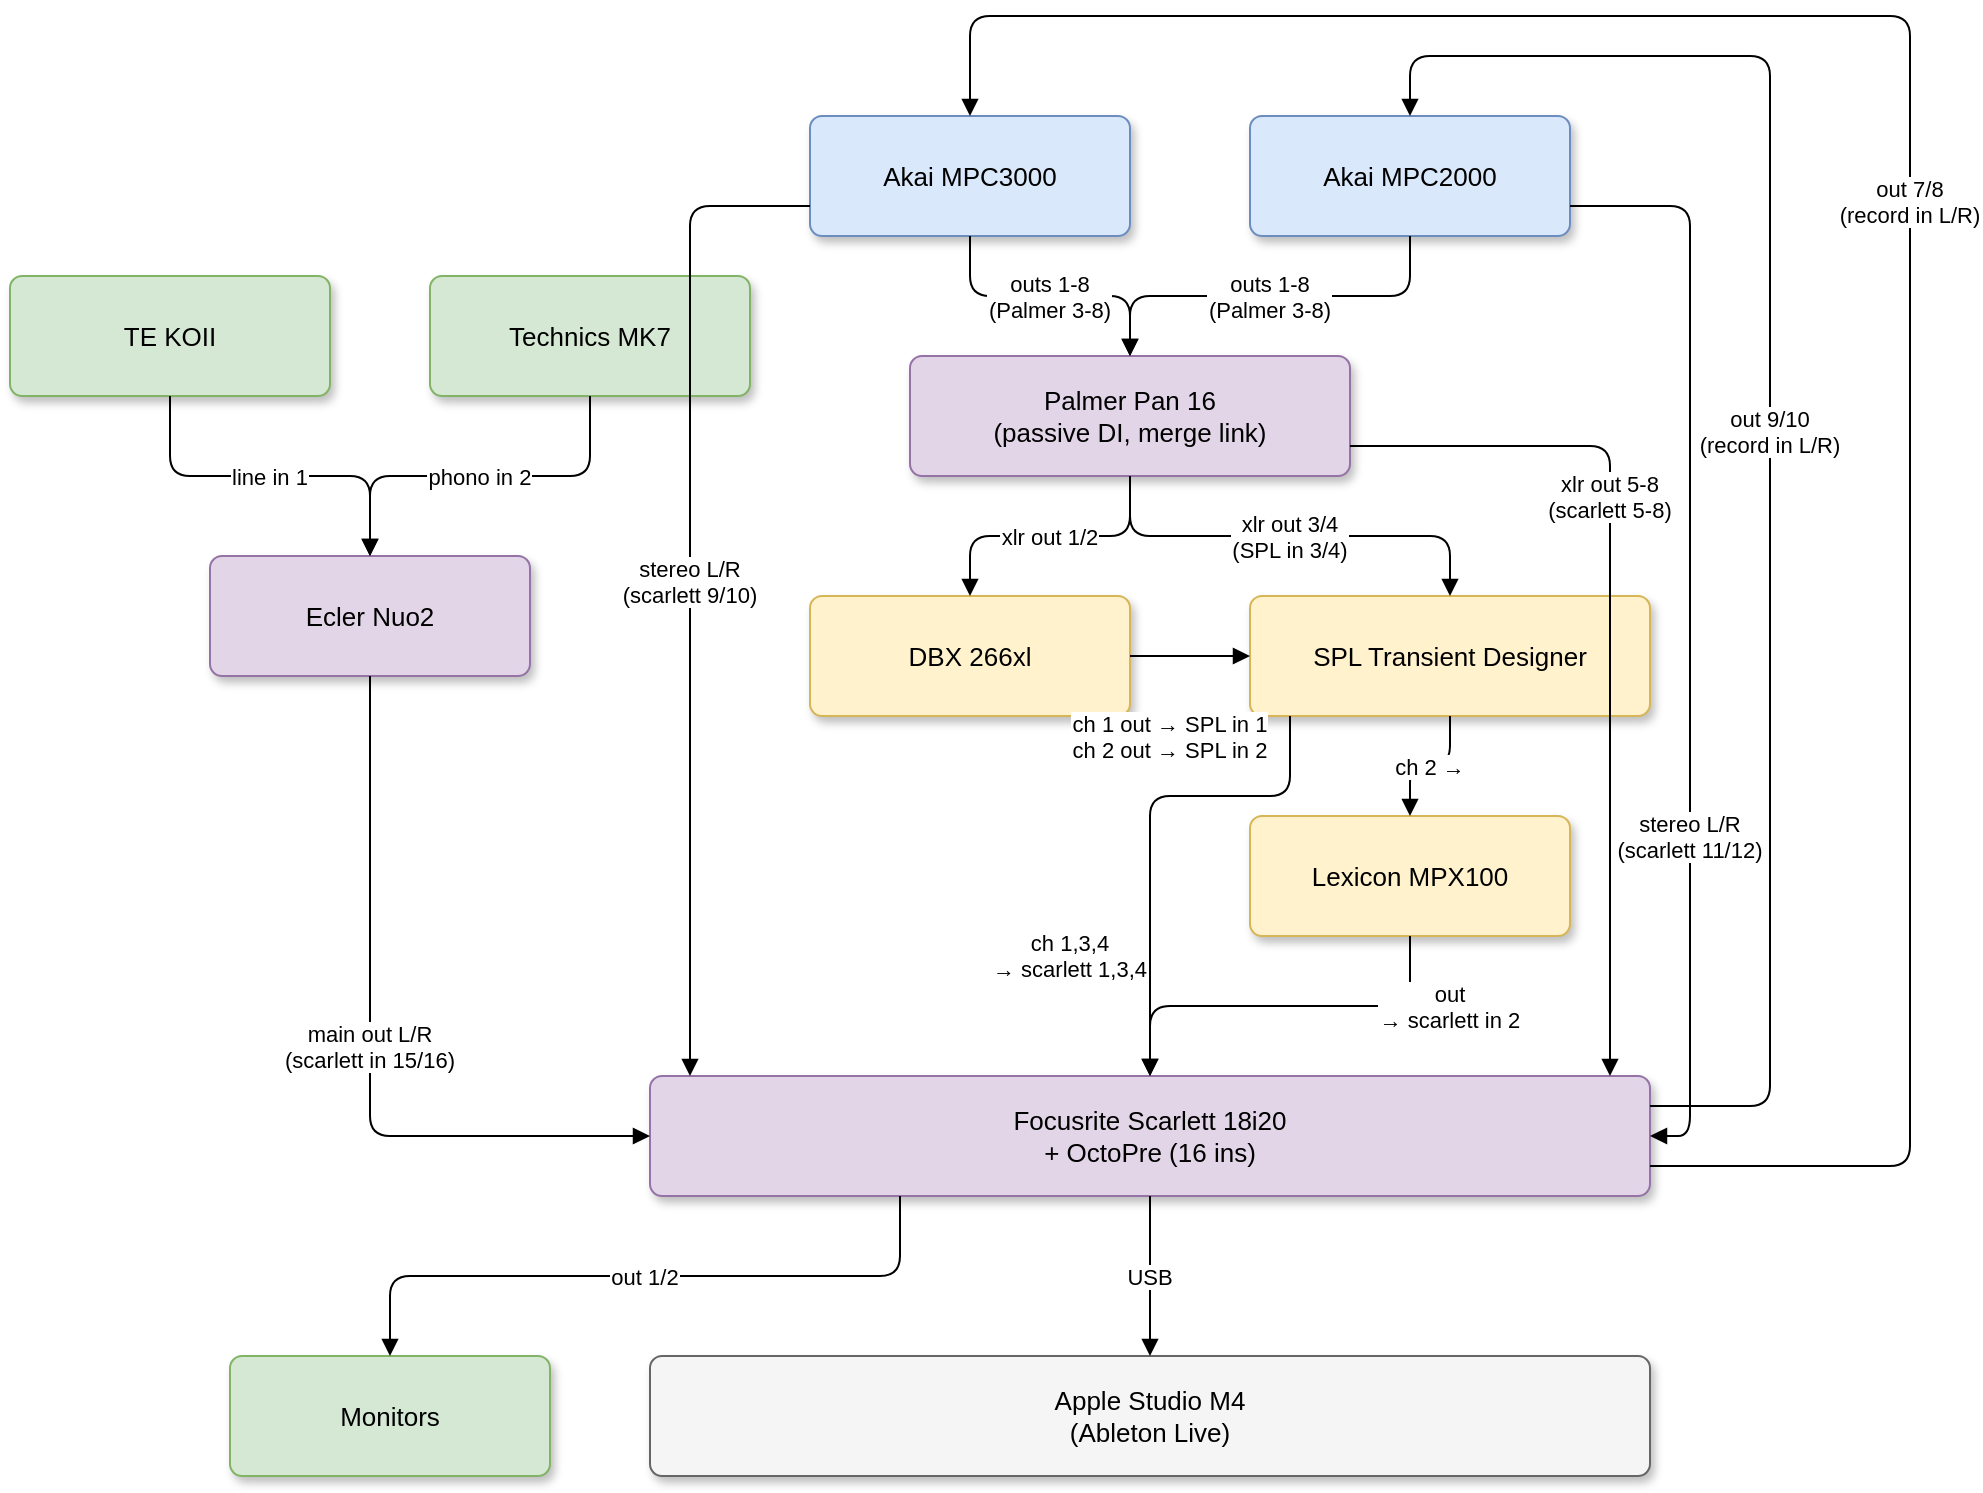
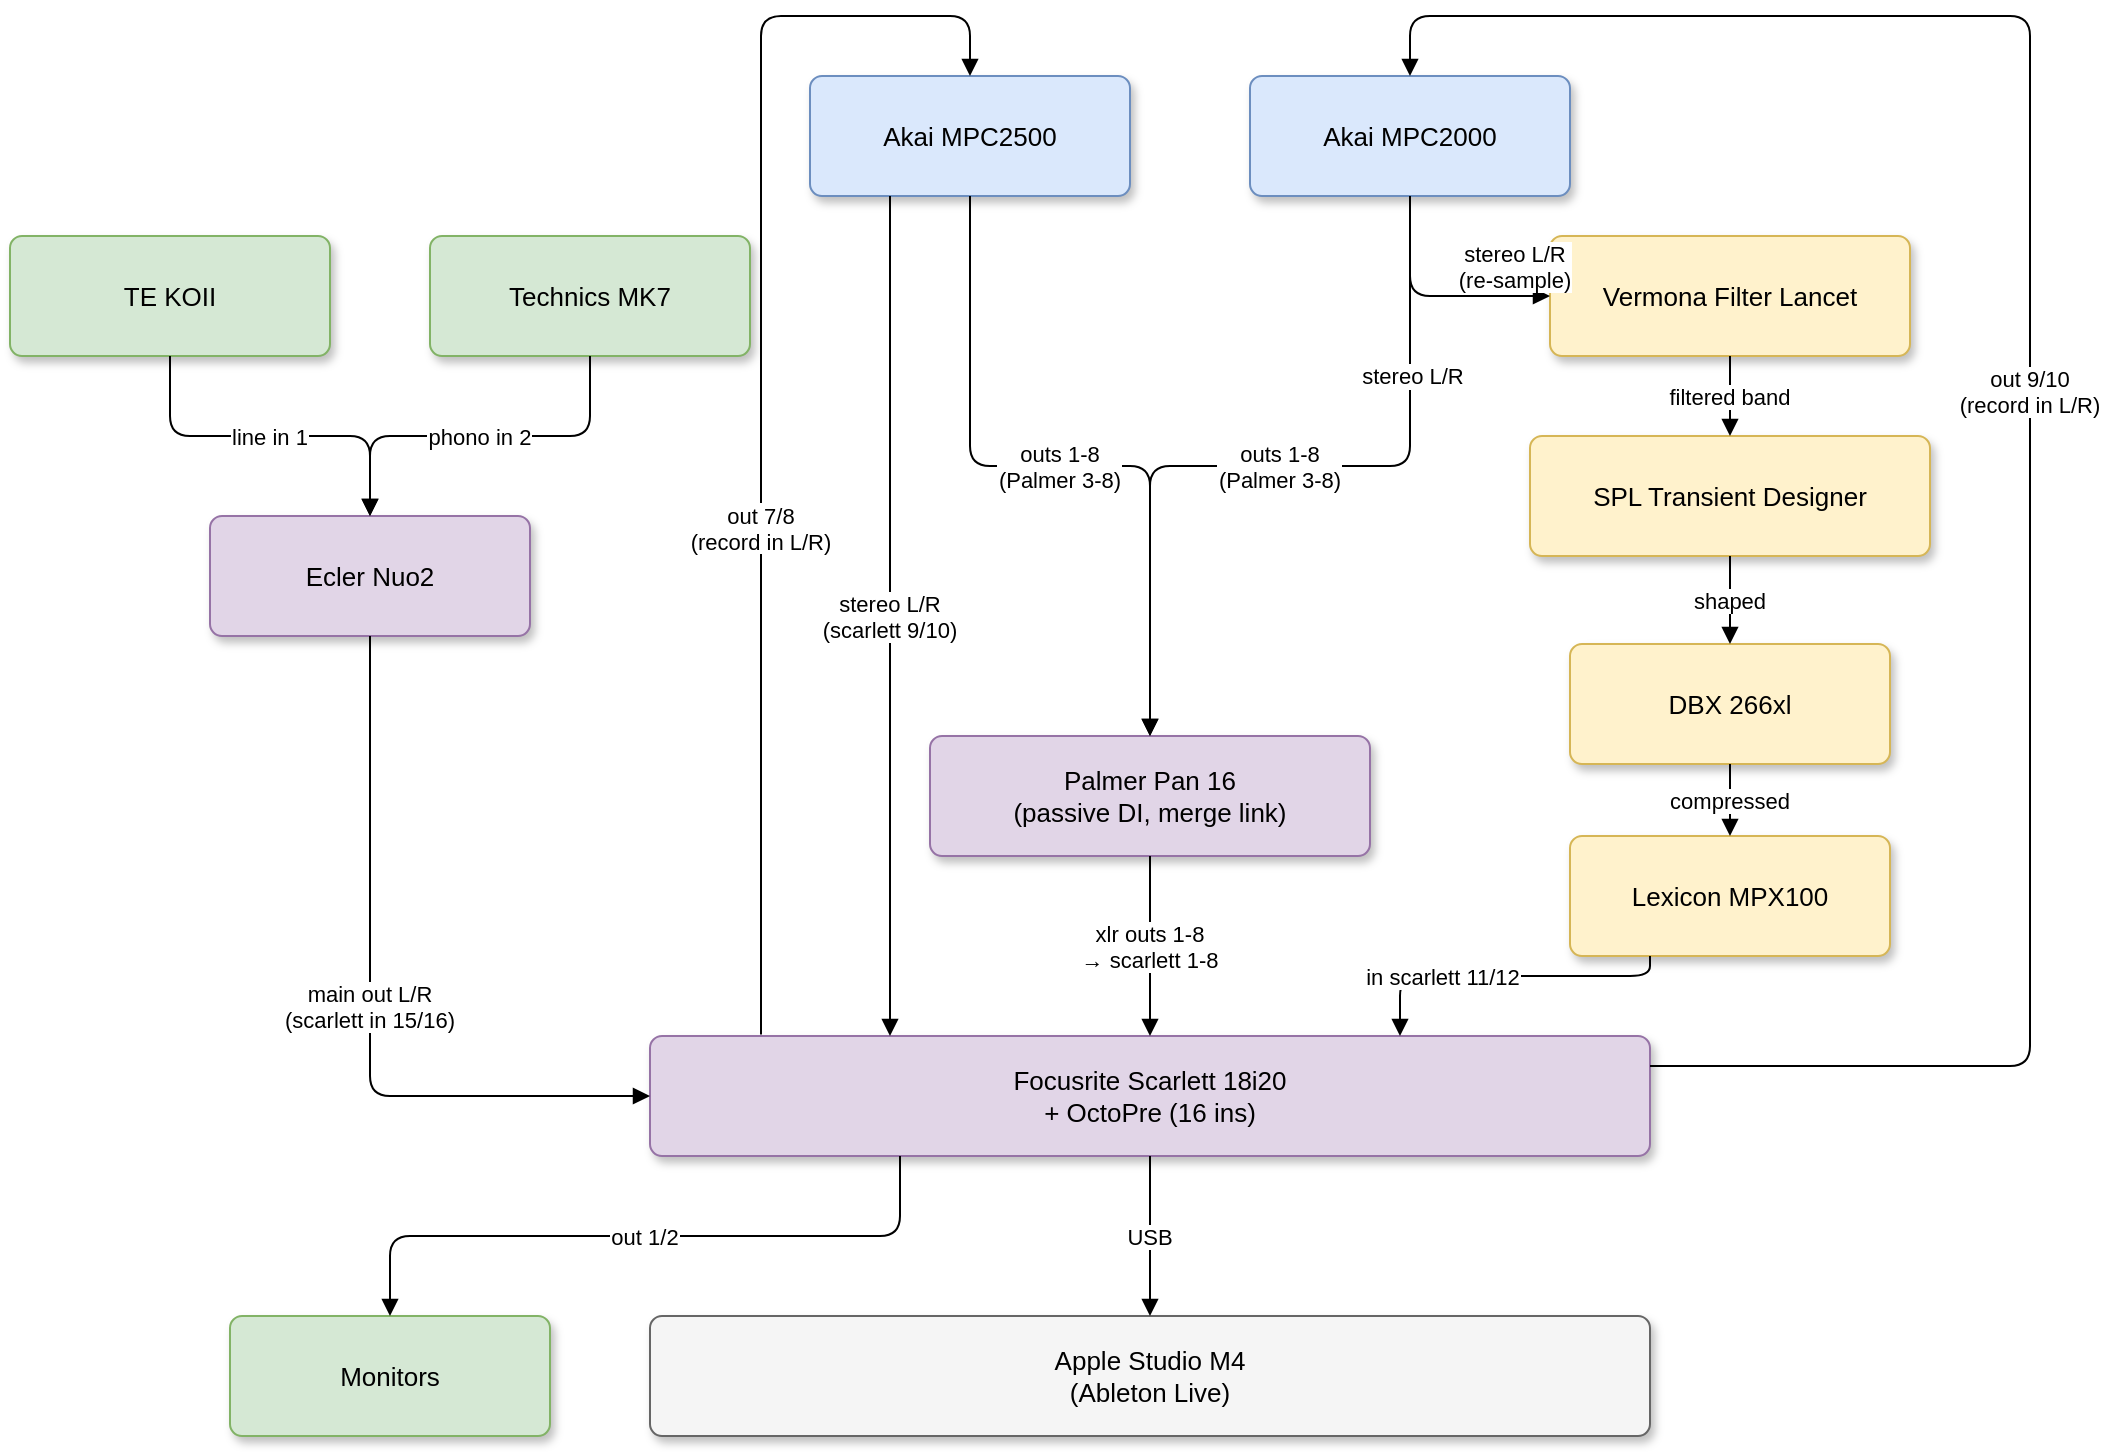
<mxfile host="Electron" agent="Mozilla/5.0 (Macintosh; Intel Mac OS X 10_15_7) AppleWebKit/537.36 (KHTML, like Gecko) draw.io/29.6.6 Chrome/144.0.7559.236 Electron/40.8.4 Safari/537.36" version="29.6.6">
  <diagram name="Overview" id="d1">
-     <mxGraphModel dx="2527" dy="983" grid="1" gridSize="10" guides="1" tooltips="1" connect="1" arrows="1" fold="1" page="1" pageScale="1" pageWidth="1169" pageHeight="827" math="0" shadow="0">
+     <mxGraphModel dx="2670" dy="1086" grid="1" gridSize="10" guides="1" tooltips="1" connect="1" arrows="1" fold="1" page="1" pageScale="1" pageWidth="1169" pageHeight="827" math="0" shadow="0">
      <root>
        <mxCell id="0" />
        <mxCell id="1" parent="0" />
        <mxCell id="10" parent="1" style="rounded=1;whiteSpace=wrap;html=1;shadow=1;arcSize=10;fillColor=#d5e8d4;strokeColor=#82b366;fontColor=#000000;fontSize=13;fontStyle=0;" value="Technics MK7" vertex="1">
          <mxGeometry height="60" width="160" x="150" y="160" as="geometry" />
        </mxCell>
        <mxCell id="12" parent="1" style="rounded=1;whiteSpace=wrap;html=1;shadow=1;arcSize=10;fillColor=#d5e8d4;strokeColor=#82b366;fontColor=#000000;fontSize=13;fontStyle=0;" value="TE KOII" vertex="1">
          <mxGeometry height="60" width="160" x="-60" y="160" as="geometry" />
        </mxCell>
        <mxCell id="11" parent="1" style="rounded=1;whiteSpace=wrap;html=1;shadow=1;arcSize=10;fillColor=#e1d5e7;strokeColor=#9673a6;fontColor=#000000;fontSize=13;fontStyle=0;" value="Ecler Nuo2" vertex="1">
          <mxGeometry height="60" width="160" x="40" y="300" as="geometry" />
        </mxCell>
-         <mxCell id="20" parent="1" style="rounded=1;whiteSpace=wrap;html=1;shadow=1;arcSize=10;fillColor=#dae8fc;strokeColor=#6c8ebf;fontColor=#000000;fontSize=13;fontStyle=0;" value="Akai MPC3000" vertex="1">
+         <mxCell id="20" parent="1" style="rounded=1;whiteSpace=wrap;html=1;shadow=1;arcSize=10;fillColor=#dae8fc;strokeColor=#6c8ebf;fontColor=#000000;fontSize=13;fontStyle=0;" value="Akai MPC2500" vertex="1">
          <mxGeometry height="60" width="160" x="340" y="80" as="geometry" />
        </mxCell>
        <mxCell id="21" parent="1" style="rounded=1;whiteSpace=wrap;html=1;shadow=1;arcSize=10;fillColor=#dae8fc;strokeColor=#6c8ebf;fontColor=#000000;fontSize=13;fontStyle=0;" value="Akai MPC2000" vertex="1">
          <mxGeometry height="60" width="160" x="560" y="80" as="geometry" />
        </mxCell>
        <mxCell id="45" parent="1" style="rounded=1;whiteSpace=wrap;html=1;shadow=1;arcSize=10;fillColor=#e1d5e7;strokeColor=#9673a6;fontColor=#000000;fontSize=13;fontStyle=0;" value="Palmer Pan 16&#xa;(passive DI, merge link)" vertex="1">
-           <mxGeometry height="60" width="220" x="390" y="200" as="geometry" />
+           <mxGeometry height="60" width="220" x="400" y="410" as="geometry" />
        </mxCell>
        <mxCell id="30" parent="1" style="rounded=1;whiteSpace=wrap;html=1;shadow=1;arcSize=10;fillColor=#fff2cc;strokeColor=#d6b656;fontColor=#000000;fontSize=13;fontStyle=0;" value="DBX 266xl" vertex="1">
-           <mxGeometry height="60" width="160" x="340" y="320" as="geometry" />
+           <mxGeometry height="60" width="160" x="720" y="364" as="geometry" />
        </mxCell>
        <mxCell id="35" parent="1" style="rounded=1;whiteSpace=wrap;html=1;shadow=1;arcSize=10;fillColor=#fff2cc;strokeColor=#d6b656;fontColor=#000000;fontSize=13;fontStyle=0;" value="SPL Transient Designer" vertex="1">
-           <mxGeometry height="60" width="200" x="560" y="320" as="geometry" />
+           <mxGeometry height="60" width="200" x="700" y="260" as="geometry" />
        </mxCell>
        <mxCell id="36" parent="1" style="rounded=1;whiteSpace=wrap;html=1;shadow=1;arcSize=10;fillColor=#fff2cc;strokeColor=#d6b656;fontColor=#000000;fontSize=13;fontStyle=0;" value="Lexicon MPX100" vertex="1">
-           <mxGeometry height="60" width="160" x="560" y="430" as="geometry" />
+           <mxGeometry height="60" width="160" x="720" y="460" as="geometry" />
+         </mxCell>
+         <mxCell id="38" parent="1" style="rounded=1;whiteSpace=wrap;html=1;shadow=1;arcSize=10;fillColor=#fff2cc;strokeColor=#d6b656;fontColor=#000000;fontSize=13;fontStyle=0;" value="Vermona Filter Lancet" vertex="1">
+           <mxGeometry height="60" width="180" x="710" y="160" as="geometry" />
        </mxCell>
        <mxCell id="50" parent="1" style="rounded=1;whiteSpace=wrap;html=1;shadow=1;arcSize=10;fillColor=#e1d5e7;strokeColor=#9673a6;fontColor=#000000;fontSize=13;fontStyle=0;" value="Focusrite Scarlett 18i20&#xa;+ OctoPre (16 ins)" vertex="1">
          <mxGeometry height="60" width="500" x="260" y="560" as="geometry" />
        </mxCell>
        <mxCell id="60" parent="1" style="rounded=1;whiteSpace=wrap;html=1;shadow=1;arcSize=10;fillColor=#f5f5f5;strokeColor=#666666;fontColor=#000000;fontSize=13;fontStyle=0;" value="Apple Studio M4&#xa;(Ableton Live)" vertex="1">
          <mxGeometry height="60" width="500" x="260" y="700" as="geometry" />
        </mxCell>
        <mxCell id="70" parent="1" style="rounded=1;whiteSpace=wrap;html=1;shadow=1;arcSize=10;fillColor=#d5e8d4;strokeColor=#82b366;fontColor=#000000;fontSize=13;fontStyle=0;" value="Monitors" vertex="1">
          <mxGeometry height="60" width="160" x="50" y="700" as="geometry" />
        </mxCell>
        <mxCell id="e1" edge="1" parent="1" source="10" style="edgeStyle=orthogonalEdgeStyle;rounded=1;orthogonalLoop=1;strokeColor=#000000;fontColor=#000000;fontSize=11;fontStyle=0;endArrow=block;endFill=1;shadow=0;" target="11" value="phono in 2">
          <mxGeometry relative="1" as="geometry" />
        </mxCell>
        <mxCell id="e1b" edge="1" parent="1" source="12" style="edgeStyle=orthogonalEdgeStyle;rounded=1;orthogonalLoop=1;strokeColor=#000000;fontColor=#000000;fontSize=11;fontStyle=0;endArrow=block;endFill=1;shadow=0;" target="11" value="line in 1">
          <mxGeometry relative="1" as="geometry" />
        </mxCell>
        <mxCell id="e2" edge="1" parent="1" source="11" style="edgeStyle=orthogonalEdgeStyle;rounded=1;orthogonalLoop=1;strokeColor=#000000;fontColor=#000000;fontSize=11;fontStyle=0;endArrow=block;endFill=1;shadow=0;" target="50" value="main out L/R&#xa;(scarlett in 15/16)">
          <mxGeometry relative="1" as="geometry">
            <Array as="points">
              <mxPoint x="120" y="560" />
              <mxPoint x="120" y="590" />
            </Array>
          </mxGeometry>
        </mxCell>
        <mxCell id="e3a" edge="1" parent="1" source="20" style="edgeStyle=orthogonalEdgeStyle;rounded=1;orthogonalLoop=1;strokeColor=#000000;fontColor=#000000;fontSize=11;fontStyle=0;endArrow=block;endFill=1;shadow=0;" target="45" value="outs 1-8&#xa;(Palmer 3-8)">
          <mxGeometry relative="1" as="geometry" />
        </mxCell>
        <mxCell id="e4a" edge="1" parent="1" source="21" style="edgeStyle=orthogonalEdgeStyle;rounded=1;orthogonalLoop=1;strokeColor=#000000;fontColor=#000000;fontSize=11;fontStyle=0;endArrow=block;endFill=1;shadow=0;" target="45" value="outs 1-8&#xa;(Palmer 3-8)">
          <mxGeometry relative="1" as="geometry" />
        </mxCell>
-         <mxCell id="e3s" edge="1" parent="1" source="20" style="edgeStyle=orthogonalEdgeStyle;rounded=1;orthogonalLoop=1;strokeColor=#000000;fontColor=#000000;fontSize=11;fontStyle=0;endArrow=block;endFill=1;shadow=0;exitX=0;exitY=0.75;exitDx=0;exitDy=0;" target="50" value="stereo L/R&#xa;(scarlett 9/10)">
+         <mxCell id="e3s" edge="1" parent="1" source="20" style="edgeStyle=orthogonalEdgeStyle;rounded=1;orthogonalLoop=1;strokeColor=#000000;fontColor=#000000;fontSize=11;fontStyle=0;endArrow=block;endFill=1;shadow=0;exitX=0.25;exitY=1;exitDx=0;exitDy=0;" target="50" value="stereo L/R&#xa;(scarlett 9/10)">
          <mxGeometry relative="1" as="geometry">
            <Array as="points">
-               <mxPoint x="280" y="125" />
-               <mxPoint x="280" y="590" />
+               <mxPoint x="380" y="340" />
+               <mxPoint x="380" y="340" />
            </Array>
          </mxGeometry>
        </mxCell>
-         <mxCell id="e4s" edge="1" parent="1" source="21" style="edgeStyle=orthogonalEdgeStyle;rounded=1;orthogonalLoop=1;strokeColor=#000000;fontColor=#000000;fontSize=11;fontStyle=0;endArrow=block;endFill=1;shadow=0;exitX=1;exitY=0.75;exitDx=0;exitDy=0;" target="50" value="stereo L/R&#xa;(scarlett 11/12)">
+         <mxCell id="e4s" edge="1" parent="1" source="36" style="edgeStyle=orthogonalEdgeStyle;rounded=1;orthogonalLoop=1;strokeColor=#000000;fontColor=#000000;fontSize=11;fontStyle=0;endArrow=block;endFill=1;shadow=0;exitX=0.25;exitY=1;exitDx=0;exitDy=0;entryX=0.75;entryY=0;entryDx=0;entryDy=0;" target="50" value="in scarlett 11/12">
          <mxGeometry relative="1" x="0.376" as="geometry">
            <mxPoint as="offset" />
            <Array as="points">
-               <mxPoint x="780" y="125" />
-               <mxPoint x="780" y="590" />
+               <mxPoint x="760" y="530" />
+               <mxPoint x="635" y="530" />
            </Array>
          </mxGeometry>
        </mxCell>
-         <mxCell id="e5a" edge="1" parent="1" source="45" style="edgeStyle=orthogonalEdgeStyle;rounded=1;orthogonalLoop=1;strokeColor=#000000;fontColor=#000000;fontSize=11;fontStyle=0;endArrow=block;endFill=1;shadow=0;" target="30" value="xlr out 1/2">
+         <mxCell id="e5c" edge="1" parent="1" source="45" style="edgeStyle=orthogonalEdgeStyle;rounded=1;orthogonalLoop=1;strokeColor=#000000;fontColor=#000000;fontSize=11;fontStyle=0;endArrow=block;endFill=1;shadow=0;" target="50" value="xlr outs 1-8&#xa;→ scarlett 1-8">
          <mxGeometry relative="1" as="geometry" />
        </mxCell>
-         <mxCell id="e5b" edge="1" parent="1" source="45" style="edgeStyle=orthogonalEdgeStyle;rounded=1;orthogonalLoop=1;strokeColor=#000000;fontColor=#000000;fontSize=11;fontStyle=0;endArrow=block;endFill=1;shadow=0;" target="35" value="xlr out 3/4&#xa;(SPL in 3/4)">
-           <mxGeometry relative="1" as="geometry" />
-         </mxCell>
-         <mxCell id="e5c" edge="1" parent="1" source="45" style="edgeStyle=orthogonalEdgeStyle;rounded=1;orthogonalLoop=1;strokeColor=#000000;fontColor=#000000;fontSize=11;fontStyle=0;endArrow=block;endFill=1;shadow=0;exitX=1;exitY=0.75;exitDx=0;exitDy=0;" target="50" value="xlr out 5-8&#xa;(scarlett 5-8)">
-           <mxGeometry relative="1" x="-0.3032" as="geometry">
+         <mxCell id="efx1" edge="1" parent="1" source="21" style="edgeStyle=orthogonalEdgeStyle;rounded=1;orthogonalLoop=1;strokeColor=#000000;fontColor=#000000;fontSize=11;fontStyle=0;endArrow=block;endFill=1;shadow=0;exitX=0.5;exitY=1;exitDx=0;exitDy=0;" target="38" value="stereo L/R&#xa;(re-sample)">
+           <mxGeometry relative="1" x="0.7048" y="15" as="geometry">
            <mxPoint as="offset" />
            <Array as="points">
-               <mxPoint x="740" y="245" />
-               <mxPoint x="740" y="560" />
+               <mxPoint x="640" y="190" />
            </Array>
          </mxGeometry>
        </mxCell>
-         <mxCell id="e6a" edge="1" parent="1" source="30" style="edgeStyle=orthogonalEdgeStyle;rounded=1;orthogonalLoop=1;strokeColor=#000000;fontColor=#000000;fontSize=11;fontStyle=0;endArrow=block;endFill=1;shadow=0;" target="35" value="ch 1 out → SPL in 1&#xa;ch 2 out → SPL in 2">
-           <mxGeometry relative="1" x="-0.3333" y="-40" as="geometry">
-             <mxPoint as="offset" />
+         <mxCell id="TzeuNchovAV549coVqab-71" connectable="0" parent="efx1" style="edgeLabel;html=1;align=center;verticalAlign=middle;resizable=0;points=[];" value="stereo L/R" vertex="1">
+           <mxGeometry relative="1" x="-0.3589" y="1" as="geometry">
+             <mxPoint y="51" as="offset" />
          </mxGeometry>
        </mxCell>
-         <mxCell id="e7a" edge="1" parent="1" source="35" style="edgeStyle=orthogonalEdgeStyle;rounded=1;orthogonalLoop=1;strokeColor=#000000;fontColor=#000000;fontSize=11;fontStyle=0;endArrow=block;endFill=1;shadow=0;" target="50" value="ch 1,3,4&#xa;→ scarlett 1,3,4">
-           <mxGeometry relative="1" x="0.5152" y="-40" as="geometry">
-             <mxPoint as="offset" />
-             <Array as="points">
-               <mxPoint x="580" y="420" />
-               <mxPoint x="510" y="420" />
-             </Array>
-           </mxGeometry>
-         </mxCell>
-         <mxCell id="e7b" edge="1" parent="1" source="35" style="edgeStyle=orthogonalEdgeStyle;rounded=1;orthogonalLoop=1;strokeColor=#000000;fontColor=#000000;fontSize=11;fontStyle=0;endArrow=block;endFill=1;shadow=0;" target="36" value="ch 2 →">
+         <mxCell id="efx2" edge="1" parent="1" source="38" style="edgeStyle=orthogonalEdgeStyle;rounded=1;orthogonalLoop=1;strokeColor=#000000;fontColor=#000000;fontSize=11;fontStyle=0;endArrow=block;endFill=1;shadow=0;" target="35" value="filtered band">
          <mxGeometry relative="1" as="geometry" />
        </mxCell>
-         <mxCell id="e7c" edge="1" parent="1" source="36" style="edgeStyle=orthogonalEdgeStyle;rounded=1;orthogonalLoop=1;strokeColor=#000000;fontColor=#000000;fontSize=11;fontStyle=0;endArrow=block;endFill=1;shadow=0;" target="50" value="out&#xa;→ scarlett in 2">
-           <mxGeometry relative="1" x="-0.65" y="-20" as="geometry">
-             <mxPoint x="20" y="20" as="offset" />
-           </mxGeometry>
+         <mxCell id="efx3" edge="1" parent="1" source="35" style="edgeStyle=orthogonalEdgeStyle;rounded=1;orthogonalLoop=1;strokeColor=#000000;fontColor=#000000;fontSize=11;fontStyle=0;endArrow=block;endFill=1;shadow=0;" target="30" value="shaped">
+           <mxGeometry relative="1" as="geometry" />
+         </mxCell>
+         <mxCell id="efx4" edge="1" parent="1" source="30" style="edgeStyle=orthogonalEdgeStyle;rounded=1;orthogonalLoop=1;strokeColor=#000000;fontColor=#000000;fontSize=11;fontStyle=0;endArrow=block;endFill=1;shadow=0;" target="36" value="compressed">
+           <mxGeometry relative="1" as="geometry" />
        </mxCell>
        <mxCell id="e8" edge="1" parent="1" source="50" style="edgeStyle=orthogonalEdgeStyle;rounded=1;orthogonalLoop=1;strokeColor=#000000;fontColor=#000000;fontSize=11;fontStyle=0;endArrow=block;endFill=1;shadow=0;" target="60" value="USB">
          <mxGeometry relative="1" as="geometry" />
        </mxCell>
        <mxCell id="e9" edge="1" parent="1" source="50" style="edgeStyle=orthogonalEdgeStyle;rounded=1;orthogonalLoop=1;strokeColor=#000000;fontColor=#000000;fontSize=11;fontStyle=0;endArrow=block;endFill=1;shadow=0;exitX=0.25;exitY=1;exitDx=0;exitDy=0;" target="70" value="out 1/2">
          <mxGeometry relative="1" as="geometry" />
        </mxCell>
-         <mxCell id="e10" edge="1" parent="1" source="50" style="edgeStyle=orthogonalEdgeStyle;rounded=1;orthogonalLoop=1;strokeColor=#000000;fontColor=#000000;fontSize=11;fontStyle=0;endArrow=block;endFill=1;shadow=0;exitX=1;exitY=0.75;exitDx=0;exitDy=0;" target="20" value="out 7/8&#xa;(record in L/R)">
-           <mxGeometry relative="1" as="geometry">
+         <mxCell id="e10" edge="1" parent="1" source="50" style="edgeStyle=orthogonalEdgeStyle;rounded=1;orthogonalLoop=1;strokeColor=#000000;fontColor=#000000;fontSize=11;fontStyle=0;endArrow=block;endFill=1;shadow=0;exitX=0.111;exitY=-0.012;exitDx=0;exitDy=0;exitPerimeter=0;" target="20" value="out 7/8&#xa;(record in L/R)">
+           <mxGeometry relative="1" x="-0.2124" as="geometry">
+             <mxPoint as="offset" />
            <Array as="points">
-               <mxPoint x="890" y="605" />
-               <mxPoint x="890" y="30" />
-               <mxPoint x="420" y="30" />
+               <mxPoint x="315" y="50" />
+               <mxPoint x="420" y="50" />
            </Array>
          </mxGeometry>
        </mxCell>
        <mxCell id="e11" edge="1" parent="1" source="50" style="edgeStyle=orthogonalEdgeStyle;rounded=1;orthogonalLoop=1;strokeColor=#000000;fontColor=#000000;fontSize=11;fontStyle=0;endArrow=block;endFill=1;shadow=0;exitX=1;exitY=0.25;exitDx=0;exitDy=0;" target="21" value="out 9/10&#xa;(record in L/R)">
          <mxGeometry relative="1" as="geometry">
            <Array as="points">
-               <mxPoint x="820" y="575" />
-               <mxPoint x="820" y="50" />
+               <mxPoint x="950" y="575" />
+               <mxPoint x="950" y="50" />
              <mxPoint x="640" y="50" />
            </Array>
          </mxGeometry>
        </mxCell>
      </root>
    </mxGraphModel>
  </diagram>
</mxfile>
